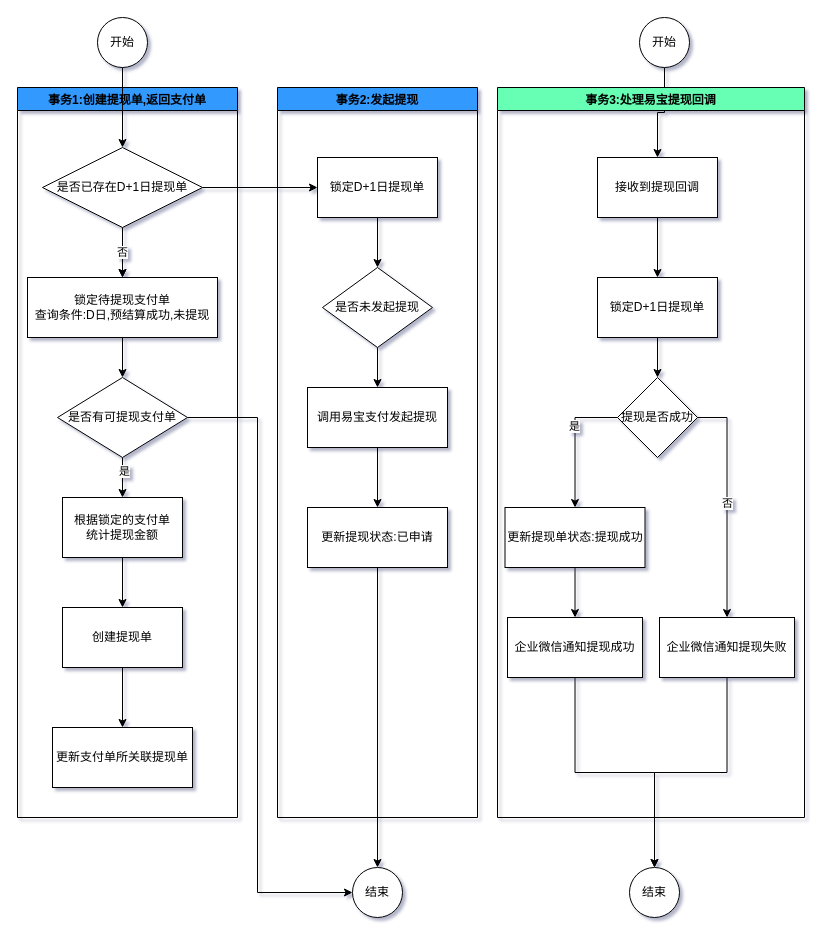
Before: 易宝支付提现流程.drawio in catface996/images, a draw.io diagram. Source tidied: cells renumbered, new cells numbered last; positions are measured from the earlier drawing's top-left corner, leaving out a move shared by most shapes. Both pictures are drawn from the tidied source at 100%, with x=0, y=0 at pixel (17, 17).
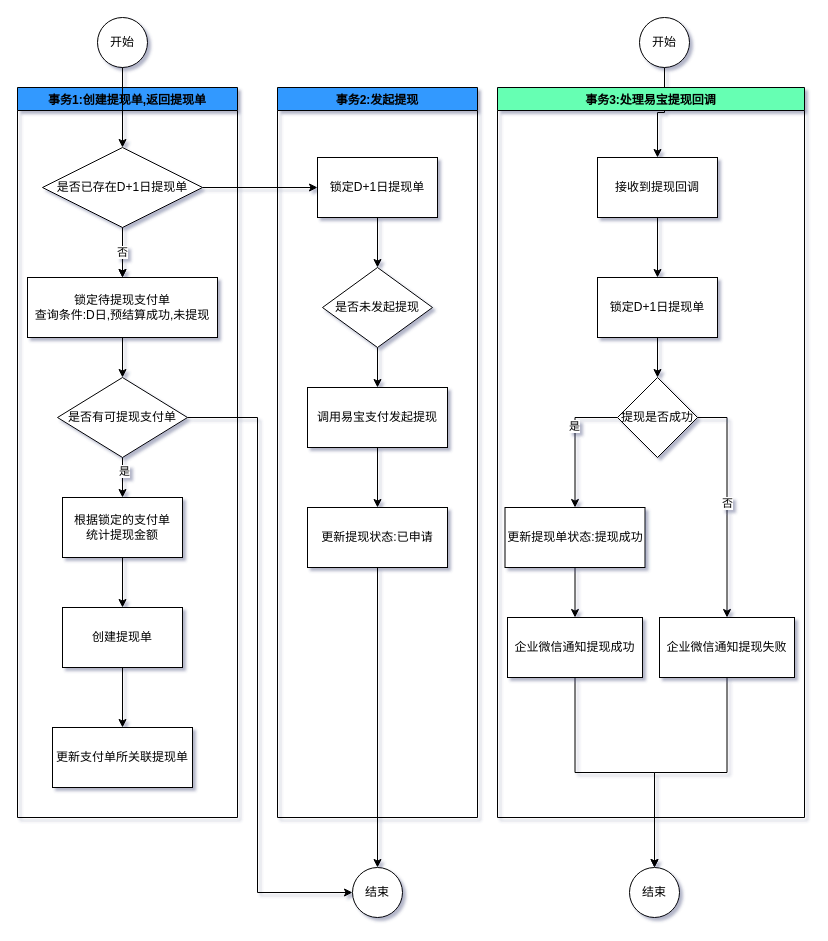
The same diagram, later.

Commit message (it also covers changes not shown here):
更新易宝支付提现流程.drawio

Diff of the diagram source:
```diff
@@
-    <mxCell id="12" value="事务1:创建提现单,返回支付单" style="swimlane;fillColor=#3399FF;" parent="1" vertex="1">
+    <mxCell id="12" value="事务1:创建提现单,返回提现单" style="swimlane;fillColor=#3399FF;" parent="1" vertex="1">
       <mxGeometry y="70" width="220" height="730" as="geometry" />
     </mxCell>
```
